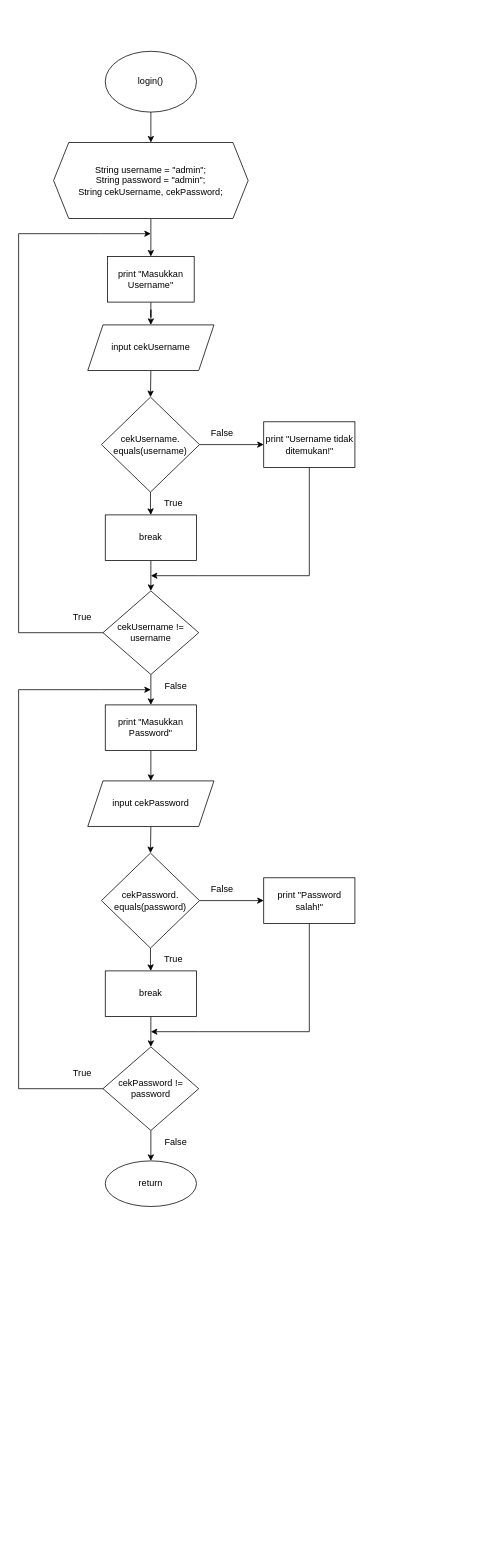
Before: page "login" (3 of 9) of Tugas Akhir/Flowchart.drawio in nhaidaar/daspro, a draw.io diagram. Source tidied: cells renumbered, new cells numbered last; positions are measured from the earlier drawing's top-left corner, leaving out a move shared by most shapes. Both pictures are drawn from the tidied source at 76%, with x=0, y=0 at pixel (18, 51).
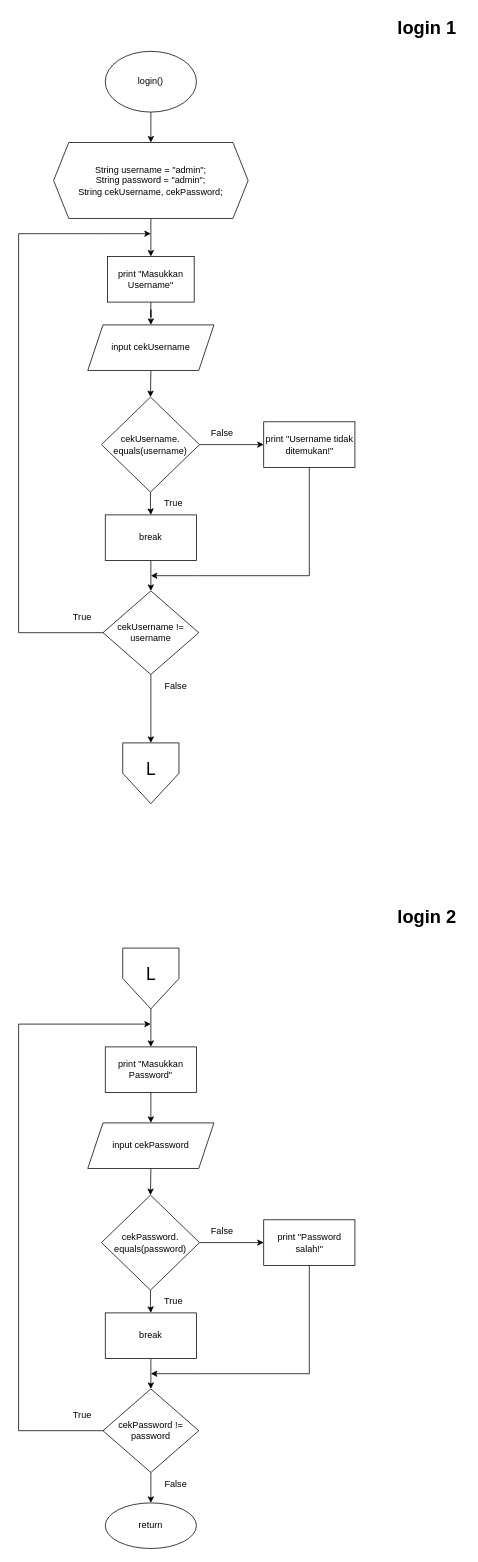
After the change.

The change refers to these unchanged cells:
```xml
<mxCell id="19" value="cekUsername != username" style="rhombus;whiteSpace=wrap;html=1;" parent="1" vertex="1">
  <mxGeometry x="111" y="710" width="126" height="110" as="geometry" />
</mxCell>
```

Diff of the diagram source:
```diff
@@
-    <mxCell id="18" style="edgeStyle=orthogonalEdgeStyle;rounded=0;jettySize=auto;html=1;" parent="1" edge="1" source="19" target="21">
-      <mxGeometry relative="1" as="geometry" />
-    </mxCell>
+    <mxCell id="43" style="edgeStyle=orthogonalEdgeStyle;rounded=0;jettySize=auto;html=1;exitX=0.5;exitY=1;exitDx=0;exitDy=0;entryX=0.5;entryY=0;entryDx=0;entryDy=0;fontSize=23;" parent="1" edge="1" source="19" target="44">
+      <mxGeometry relative="1" as="geometry" />
+    </mxCell>
@@
     <mxCell id="21" value="print &quot;Masukkan Password&quot;" style="whiteSpace=wrap;html=1;" parent="1" vertex="1">
-      <mxGeometry x="114" y="860" width="120" height="60" as="geometry" />
+      <mxGeometry x="114" y="1310" width="120" height="60" as="geometry" />
     </mxCell>
@@
     <mxCell id="23" value="input cekPassword" style="shape=parallelogram;perimeter=parallelogramPerimeter;whiteSpace=wrap;html=1;fixedSize=1;" parent="1" vertex="1">
-      <mxGeometry x="91" y="960" width="166" height="60" as="geometry" />
+      <mxGeometry x="91" y="1410" width="166" height="60" as="geometry" />
     </mxCell>
@@
     <mxCell id="26" value="cekPassword.&lt;br&gt;equals(password)" style="rhombus;whiteSpace=wrap;html=1;" parent="1" vertex="1">
-      <mxGeometry x="109" y="1055" width="129" height="125" as="geometry" />
+      <mxGeometry x="109" y="1505" width="129" height="125" as="geometry" />
     </mxCell>
     <mxCell id="27" style="edgeStyle=orthogonalEdgeStyle;rounded=0;jettySize=auto;html=1;" parent="1" edge="1" source="28">
       <mxGeometry relative="1" as="geometry">
-        <mxPoint x="174" y="1310" as="targetPoint" />
+        <mxPoint x="174" y="1760" as="targetPoint" />
       </mxGeometry>
     </mxCell>
     <mxCell id="28" value="break" style="whiteSpace=wrap;html=1;" parent="1" vertex="1">
-      <mxGeometry x="114" y="1210" width="120" height="60" as="geometry" />
+      <mxGeometry x="114" y="1660" width="120" height="60" as="geometry" />
     </mxCell>
     <mxCell id="29" style="edgeStyle=orthogonalEdgeStyle;rounded=0;jettySize=auto;html=1;exitX=0.5;exitY=1;exitDx=0;exitDy=0;" parent="1" edge="1" source="30">
       <mxGeometry relative="1" as="geometry">
-        <mxPoint x="174" y="1290" as="targetPoint" />
+        <mxPoint x="174" y="1740" as="targetPoint" />
         <Array as="points">
-          <mxPoint x="383" y="1290" />
-          <mxPoint x="237" y="1290" />
+          <mxPoint x="383" y="1740" />
+          <mxPoint x="237" y="1740" />
         </Array>
       </mxGeometry>
     </mxCell>
     <mxCell id="30" value="print &quot;Password salah!&quot;" style="whiteSpace=wrap;html=1;" parent="1" vertex="1">
-      <mxGeometry x="322.5" y="1087.5" width="120" height="60" as="geometry" />
+      <mxGeometry x="322.5" y="1537.5" width="120" height="60" as="geometry" />
     </mxCell>
     <mxCell id="31" style="edgeStyle=orthogonalEdgeStyle;rounded=0;jettySize=auto;html=1;exitX=0;exitY=0.5;exitDx=0;exitDy=0;" parent="1" edge="1" source="33">
       <mxGeometry relative="1" as="geometry">
-        <mxPoint x="174" y="840" as="targetPoint" />
+        <mxPoint x="174" y="1280" as="targetPoint" />
         <Array as="points">
-          <mxPoint y="1365" />
-          <mxPoint y="840" />
-          <mxPoint x="106" y="840" />
+          <mxPoint y="1815" />
+          <mxPoint y="1280" />
         </Array>
       </mxGeometry>
     </mxCell>
@@
     <mxCell id="33" value="cekPassword != password" style="rhombus;whiteSpace=wrap;html=1;" parent="1" vertex="1">
-      <mxGeometry x="111" y="1310" width="126" height="110" as="geometry" />
+      <mxGeometry x="111" y="1760" width="126" height="110" as="geometry" />
     </mxCell>
@@
     <mxCell id="38" value="False" style="text;html=1;strokeColor=none;fillColor=none;align=center;verticalAlign=middle;whiteSpace=wrap;rounded=0;" parent="1" vertex="1">
-      <mxGeometry x="238" y="1087.5" width="60" height="30" as="geometry" />
+      <mxGeometry x="238" y="1537.5" width="60" height="30" as="geometry" />
     </mxCell>
     <mxCell id="39" value="True" style="text;html=1;strokeColor=none;fillColor=none;align=center;verticalAlign=middle;whiteSpace=wrap;rounded=0;" parent="1" vertex="1">
-      <mxGeometry x="174" y="1180" width="60" height="30" as="geometry" />
+      <mxGeometry x="174" y="1630" width="60" height="30" as="geometry" />
     </mxCell>
     <mxCell id="40" value="False" style="text;html=1;strokeColor=none;fillColor=none;align=center;verticalAlign=middle;whiteSpace=wrap;rounded=0;" parent="1" vertex="1">
-      <mxGeometry x="177" y="1420" width="60" height="30" as="geometry" />
+      <mxGeometry x="177" y="1870" width="60" height="30" as="geometry" />
     </mxCell>
     <mxCell id="41" value="True" style="text;html=1;strokeColor=none;fillColor=none;align=center;verticalAlign=middle;whiteSpace=wrap;rounded=0;" parent="1" vertex="1">
-      <mxGeometry x="54" y="1330" width="60" height="30" as="geometry" />
+      <mxGeometry x="54" y="1780" width="60" height="30" as="geometry" />
     </mxCell>
     <mxCell id="42" value="return" style="ellipse;whiteSpace=wrap;html=1;" parent="1" vertex="1">
-      <mxGeometry x="114" y="1460" width="120" height="60" as="geometry" />
+      <mxGeometry x="114" y="1910" width="120" height="60" as="geometry" />
     </mxCell>
+    <mxCell id="44" value="L" style="verticalLabelPosition=bottom;verticalAlign=top;html=1;shape=offPageConnector;rounded=0;size=0.5;spacingTop=-65;fontSize=23;" parent="1" vertex="1">
+      <mxGeometry x="137" y="910" width="74" height="80" as="geometry" />
+    </mxCell>
+    <mxCell id="45" style="edgeStyle=orthogonalEdgeStyle;rounded=0;jettySize=auto;html=1;exitX=0.5;exitY=1;exitDx=0;exitDy=0;entryX=0.5;entryY=0;entryDx=0;entryDy=0;fontSize=23;" parent="1" edge="1" source="46" target="21">
+      <mxGeometry relative="1" as="geometry" />
+    </mxCell>
+    <mxCell id="46" value="L" style="verticalLabelPosition=bottom;verticalAlign=top;html=1;shape=offPageConnector;rounded=0;size=0.5;spacingTop=-65;fontSize=23;" parent="1" vertex="1">
+      <mxGeometry x="137" y="1180" width="74" height="80" as="geometry" />
+    </mxCell>
+    <mxCell id="47" value="login 1" style="text;strokeColor=none;fillColor=none;html=1;fontSize=24;fontStyle=1;verticalAlign=middle;align=center;" parent="1" vertex="1">
+      <mxGeometry x="487" y="-50" width="100" height="40" as="geometry" />
+    </mxCell>
+    <mxCell id="48" value="login 2" style="text;strokeColor=none;fillColor=none;html=1;fontSize=24;fontStyle=1;verticalAlign=middle;align=center;" parent="1" vertex="1">
+      <mxGeometry x="487" y="1119" width="100" height="40" as="geometry" />
+    </mxCell>
```
